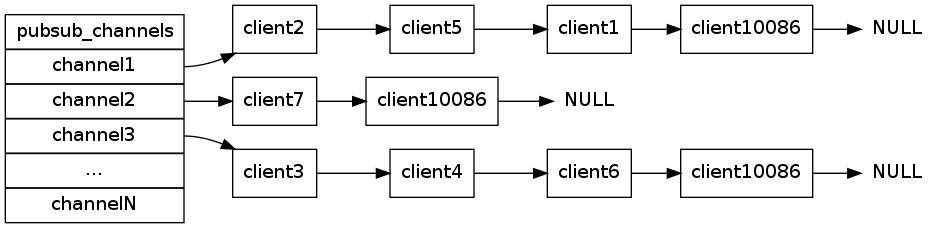
Above: feature/image/new_subscribe.png in huangzworks/redisbook (Graphviz), before the change. Its source is kept beside it as feature/image/new_subscribe.dot.
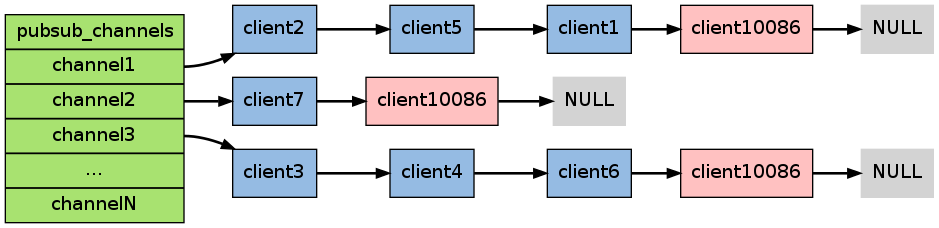
Later version of the same file.

The edit, as a diff of the source:
```diff
@@ -2,17 +2,19 @@
 
     rankdir = LR;
 
-    node [shape = record];
+    node [shape = record, style = filled];
+
+    edge [style = bold];
 
 
-    pubsub [label = "pubsub_channels |<channel1> channel1 |<channel2> channel2 |<channel3> channel3 | ... |<channelN> channelN"];
+    pubsub [label = "pubsub_channels |<channel1> channel1 |<channel2> channel2 |<channel3> channel3 | ... |<channelN> channelN", fillcolor = "#A8E270"];
 
-    client1 [label = "client1"];
-    client5 [label = "client5"];
-    client2 [label = "client2"];
-    client10086 [label = "client10086"];
-    client10086_1 [label = "client10086"];
-    client10086_2 [label = "client10086"];
+    client1 [label = "client1", fillcolor = "#95BBE3"];
+    client5 [label = "client5", fillcolor = "#95BBE3"];
+    client2 [label = "client2", fillcolor = "#95BBE3"];
+    client10086 [label = "client10086", fillcolor = "#FFC1C1"];
+    client10086_1 [label = "client10086", fillcolor = "#FFC1C1"];
+    client10086_2 [label = "client10086", fillcolor = "#FFC1C1"];
     null_1 [label = "NULL", shape = plaintext];
     null_2 [label = "NULL", shape = plaintext];
     null_3 [label = "NULL", shape = plaintext];
@@ -23,16 +25,16 @@
     client1 -> client10086;
     client10086 -> null_1;
 
-    client7 [label = "client7"];
+    client7 [label = "client7", fillcolor = "#95BBE3"];
 
     pubsub:channel2 -> client7;
     client7 -> client10086_1;
     client10086_1 -> null_2;
 
 
-    client3 [label = "client3"];
-    client4 [label = "client4"];
-    client6 [label = "client6"];
+    client3 [label = "client3", fillcolor = "#95BBE3"];
+    client4 [label = "client4", fillcolor = "#95BBE3"];
+    client6 [label = "client6", fillcolor = "#95BBE3"];
 
     pubsub:channel3 -> client3;
     client3 -> client4;
```
